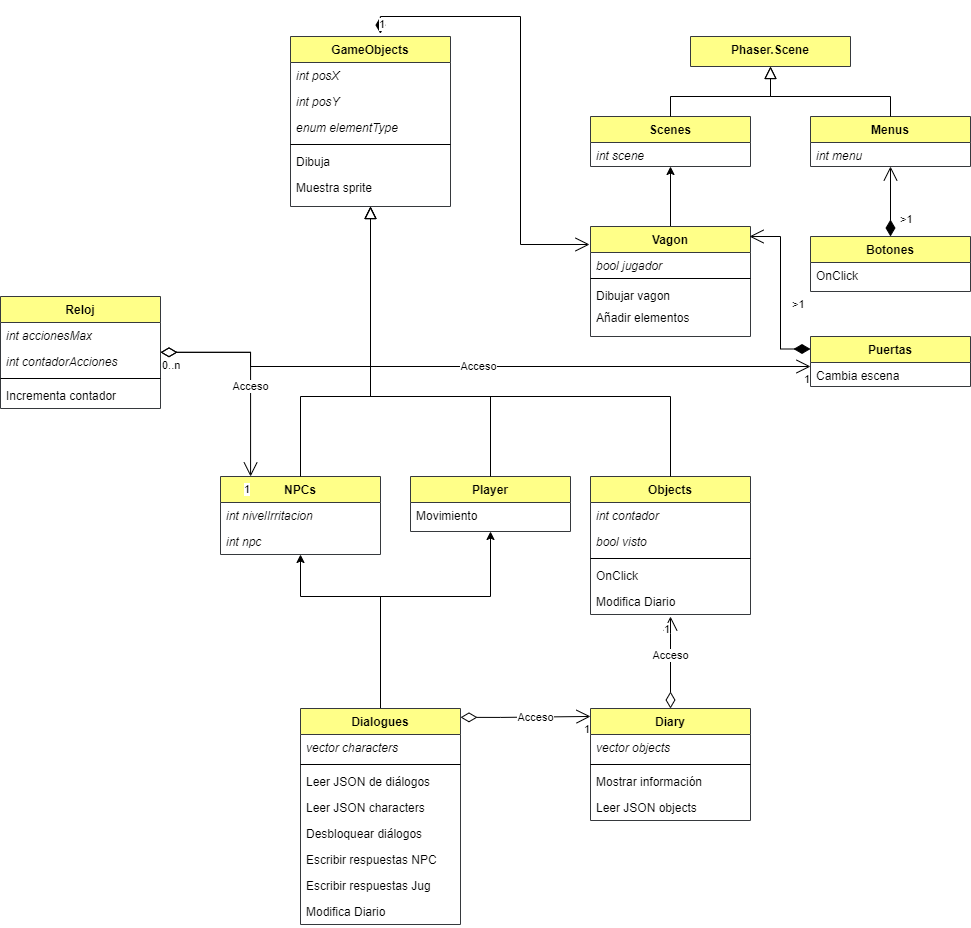
This is imagenes/UML.drawio.png from EvSanz/Proyecto-PVLI, a draw.io export, as it was before one commit. Source tidied: cells renumbered, new cells last; positions are measured from the earlier drawing's top-left corner, leaving out a move shared by most shapes.
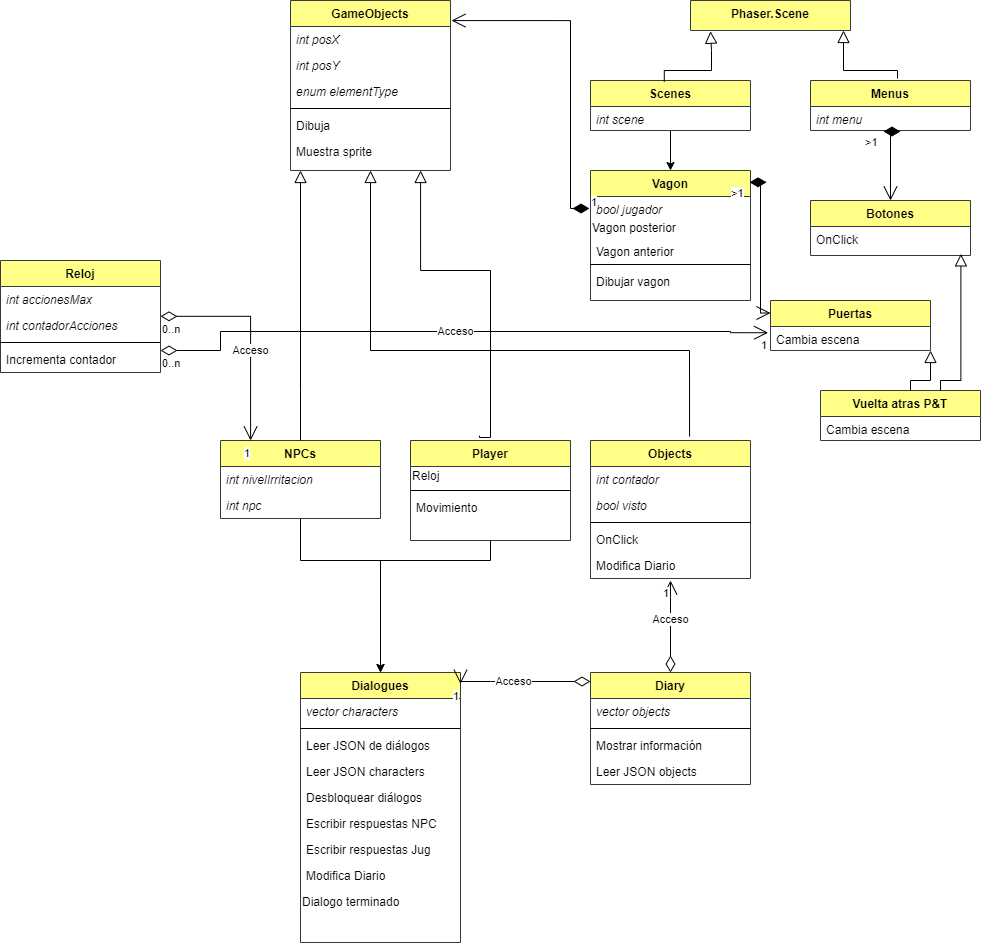
After the change.

Commit message:
UML actualizada

Diff of the diagram source:
```diff
@@ -57,38 +57,43 @@
       <mxGeometry y="86" width="160" height="26" as="geometry" />
     </mxCell>
     <mxCell id="20" value="Player" style="swimlane;fontStyle=1;align=center;verticalAlign=top;horizontal=1;startSize=26;rounded=0;shadow=0;strokeWidth=1;fillColor=#ffff88;strokeColor=#36393d;" parent="1" vertex="1">
-      <mxGeometry x="410" y="460" width="160" height="55" as="geometry" />
+      <mxGeometry x="410" y="460" width="160" height="100" as="geometry" />
     </mxCell>
+    <mxCell id="74" value="Reloj" style="text;html=1;align=left;verticalAlign=middle;strokeColor=none;fillColor=none;" parent="20" vertex="1">
+      <mxGeometry y="26" width="160" height="20" as="geometry" />
+    </mxCell>
+    <mxCell id="75" style="line;html=1;strokeWidth=1;align=left;verticalAlign=middle;spacingTop=-1;spacingLeft=3;spacingRight=3;labelPosition=right;" parent="20" vertex="1">
+      <mxGeometry y="46" width="160" height="8" as="geometry" />
+    </mxCell>
     <mxCell id="21" value="Movimiento" style="text;align=left;verticalAlign=top;spacingLeft=4;spacingRight=4;overflow=hidden;" parent="20" vertex="1">
-      <mxGeometry y="26" width="160" height="22" as="geometry" />
+      <mxGeometry y="54" width="160" height="22" as="geometry" />
     </mxCell>
-    <mxCell id="22" style="endArrow=block;endSize=10;endFill=0;shadow=0;strokeWidth=1;rounded=0;edgeStyle=orthogonalEdgeStyle;elbow=vertical;" parent="1" edge="1" source="9">
+    <mxCell id="22" style="endArrow=block;endSize=10;endFill=0;shadow=0;strokeWidth=1;rounded=0;edgeStyle=orthogonalEdgeStyle;elbow=vertical;entryX=0.5;entryY=1;entryDx=0;entryDy=0;exitX=0.619;exitY=-0.029;exitDx=0;exitDy=0;exitPerimeter=0;" parent="1" edge="1" source="9" target="2">
       <mxGeometry relative="1" as="geometry">
-        <mxPoint x="370" y="190" as="targetPoint" />
         <Array as="points">
-          <mxPoint x="670" y="380" />
-          <mxPoint x="370" y="380" />
+          <mxPoint x="689" y="370" />
+          <mxPoint x="370" y="370" />
         </Array>
       </mxGeometry>
     </mxCell>
-    <mxCell id="23" style="edgeStyle=orthogonalEdgeStyle;rounded=0;jettySize=auto;html=1;exitX=0.5;exitY=0;exitDx=0;exitDy=0;entryX=0.5;entryY=1;entryDx=0;entryDy=0;" parent="1" edge="1" source="25" target="34">
+    <mxCell id="23" style="edgeStyle=orthogonalEdgeStyle;rounded=0;jettySize=auto;html=1;exitX=0.5;exitY=1;exitDx=0;exitDy=0;entryX=0.5;entryY=0;entryDx=0;entryDy=0;" parent="1" edge="1" source="34" target="25">
       <mxGeometry relative="1" as="geometry">
         <Array as="points">
+          <mxPoint x="300" y="580" />
           <mxPoint x="380" y="580" />
-          <mxPoint x="300" y="580" />
         </Array>
       </mxGeometry>
     </mxCell>
-    <mxCell id="24" style="edgeStyle=orthogonalEdgeStyle;rounded=0;jettySize=auto;html=1;exitX=0.5;exitY=0;exitDx=0;exitDy=0;entryX=0.5;entryY=1;entryDx=0;entryDy=0;" parent="1" edge="1" source="25" target="20">
+    <mxCell id="24" style="edgeStyle=orthogonalEdgeStyle;rounded=0;jettySize=auto;html=1;exitX=0.5;exitY=1;exitDx=0;exitDy=0;entryX=0.5;entryY=0;entryDx=0;entryDy=0;" parent="1" edge="1" source="20" target="25">
       <mxGeometry relative="1" as="geometry">
         <Array as="points">
+          <mxPoint x="490" y="580" />
           <mxPoint x="380" y="580" />
-          <mxPoint x="490" y="580" />
         </Array>
       </mxGeometry>
     </mxCell>
     <mxCell id="25" value="Dialogues" style="swimlane;fontStyle=1;align=center;verticalAlign=top;horizontal=1;startSize=26;rounded=0;shadow=0;strokeWidth=1;fillColor=#ffff88;strokeColor=#36393d;" parent="1" vertex="1">
-      <mxGeometry x="300" y="692" width="160" height="216" as="geometry" />
+      <mxGeometry x="300" y="692" width="160" height="270" as="geometry" />
     </mxCell>
     <mxCell id="26" value="vector characters" style="text;align=left;verticalAlign=top;spacingLeft=4;spacingRight=4;overflow=hidden;fontStyle=2;" parent="25" vertex="1">
       <mxGeometry y="26" width="160" height="26" as="geometry" />
@@ -112,8 +117,11 @@
       <mxGeometry y="164" width="160" height="26" as="geometry" />
     </mxCell>
     <mxCell id="33" value="Modifica Diario" style="text;align=left;verticalAlign=top;spacingLeft=4;spacingRight=4;overflow=hidden;" parent="25" vertex="1">
-      <mxGeometry y="190" width="160" height="26" as="geometry" />
+      <mxGeometry y="190" width="160" height="30" as="geometry" />
     </mxCell>
+    <mxCell id="76" value="Dialogo terminado" style="text;html=1;align=left;verticalAlign=middle;strokeColor=none;fillColor=none;" parent="25" vertex="1">
+      <mxGeometry y="220" width="160" height="20" as="geometry" />
+    </mxCell>
     <mxCell id="34" value="NPCs" style="swimlane;fontStyle=1;align=center;verticalAlign=top;horizontal=1;startSize=26;rounded=0;shadow=0;strokeWidth=1;fillColor=#ffff88;strokeColor=#36393d;" parent="1" vertex="1">
       <mxGeometry x="220" y="460" width="160" height="78" as="geometry" />
     </mxCell>
@@ -138,57 +146,61 @@
     <mxCell id="41" value="int menu" style="text;align=left;verticalAlign=top;spacingLeft=4;spacingRight=4;overflow=hidden;points=[[0,0.5],[1,0.5]];portConstraint=eastwest;fontStyle=2;" parent="40" vertex="1">
       <mxGeometry y="26" width="160" height="22" as="geometry" />
     </mxCell>
-    <mxCell id="42" style="endArrow=block;endSize=10;endFill=0;shadow=0;strokeWidth=1;rounded=0;edgeStyle=orthogonalEdgeStyle;elbow=vertical;exitX=0.5;exitY=0;exitDx=0;exitDy=0;" parent="1" edge="1" source="40">
+    <mxCell id="42" style="endArrow=block;endSize=10;endFill=0;shadow=0;strokeWidth=1;rounded=0;edgeStyle=orthogonalEdgeStyle;elbow=vertical;exitX=0.544;exitY=-0.04;exitDx=0;exitDy=0;exitPerimeter=0;" parent="1" edge="1" source="40" target="37">
       <mxGeometry relative="1" as="geometry">
-        <mxPoint x="770" y="50" as="targetPoint" />
         <Array as="points">
-          <mxPoint x="890" y="80" />
-          <mxPoint x="770" y="80" />
+          <mxPoint x="897" y="90" />
+          <mxPoint x="843" y="90" />
         </Array>
       </mxGeometry>
     </mxCell>
-    <mxCell id="43" style="endArrow=block;endSize=10;endFill=0;shadow=0;strokeWidth=1;rounded=0;edgeStyle=orthogonalEdgeStyle;elbow=vertical;exitX=0.5;exitY=0;exitDx=0;exitDy=0;" parent="1" edge="1" source="38">
+    <mxCell id="43" style="endArrow=block;endSize=10;endFill=0;shadow=0;strokeWidth=1;rounded=0;edgeStyle=orthogonalEdgeStyle;elbow=vertical;entryX=0.131;entryY=1.022;entryDx=0;entryDy=0;entryPerimeter=0;exitX=0.461;exitY=0.023;exitDx=0;exitDy=0;exitPerimeter=0;" parent="1" edge="1" source="38" target="37">
       <mxGeometry relative="1" as="geometry">
-        <mxPoint x="770" y="50" as="targetPoint" />
         <Array as="points">
-          <mxPoint x="670" y="80" />
-          <mxPoint x="770" y="80" />
+          <mxPoint x="664" y="90" />
+          <mxPoint x="711" y="90" />
+          <mxPoint x="711" y="70" />
+          <mxPoint x="710" y="70" />
+          <mxPoint x="710" y="51" />
         </Array>
       </mxGeometry>
     </mxCell>
-    <mxCell id="44" style="edgeStyle=orthogonalEdgeStyle;rounded=0;jettySize=auto;html=1;exitX=0.5;exitY=0;exitDx=0;exitDy=0;entryX=0.5;entryY=1;entryDx=0;entryDy=0;" parent="1" edge="1" source="45" target="38">
+    <mxCell id="44" style="edgeStyle=orthogonalEdgeStyle;rounded=0;jettySize=auto;html=1;exitX=0.5;exitY=1;exitDx=0;exitDy=0;entryX=0.5;entryY=0;entryDx=0;entryDy=0;" parent="1" edge="1" source="38" target="45">
       <mxGeometry relative="1" as="geometry" />
     </mxCell>
     <mxCell id="45" value="Vagon" style="swimlane;fontStyle=1;align=center;verticalAlign=top;horizontal=1;startSize=26;rounded=0;shadow=0;strokeWidth=1;fillColor=#ffff88;strokeColor=#36393d;" parent="1" vertex="1">
-      <mxGeometry x="590" y="210" width="160" height="110" as="geometry" />
+      <mxGeometry x="590" y="190" width="160" height="130" as="geometry" />
     </mxCell>
     <mxCell id="46" value="bool jugador" style="text;align=left;verticalAlign=top;spacingLeft=4;spacingRight=4;overflow=hidden;fontStyle=2;" parent="45" vertex="1">
       <mxGeometry y="26" width="160" height="22" as="geometry" />
     </mxCell>
+    <mxCell id="77" value="Vagon posterior" style="text;html=1;align=left;verticalAlign=middle;strokeColor=none;fillColor=none;" parent="45" vertex="1">
+      <mxGeometry y="48" width="160" height="20" as="geometry" />
+    </mxCell>
+    <mxCell id="49" value="Vagon anterior&#10;" style="text;align=left;verticalAlign=top;spacingLeft=4;spacingRight=4;overflow=hidden;fontStyle=0;" parent="45" vertex="1">
+      <mxGeometry y="68" width="160" height="22" as="geometry" />
+    </mxCell>
     <mxCell id="47" style="line;html=1;strokeWidth=1;align=left;verticalAlign=middle;spacingTop=-1;spacingLeft=3;spacingRight=3;labelPosition=right;" parent="45" vertex="1">
-      <mxGeometry y="48" width="160" height="8" as="geometry" />
+      <mxGeometry y="90" width="160" height="8" as="geometry" />
     </mxCell>
     <mxCell id="48" value="Dibujar vagon" style="text;align=left;verticalAlign=top;spacingLeft=4;spacingRight=4;overflow=hidden;fontStyle=0;" parent="45" vertex="1">
-      <mxGeometry y="56" width="160" height="22" as="geometry" />
+      <mxGeometry y="98" width="160" height="22" as="geometry" />
     </mxCell>
-    <mxCell id="49" value="Añadir elementos" style="text;align=left;verticalAlign=top;spacingLeft=4;spacingRight=4;overflow=hidden;fontStyle=0;" parent="45" vertex="1">
-      <mxGeometry y="78" width="160" height="22" as="geometry" />
-    </mxCell>
-    <mxCell id="50" style="endArrow=block;endSize=10;endFill=0;shadow=0;strokeWidth=1;rounded=0;edgeStyle=orthogonalEdgeStyle;elbow=vertical;" parent="1" edge="1" source="34">
+    <mxCell id="50" style="endArrow=block;endSize=10;endFill=0;shadow=0;strokeWidth=1;rounded=0;edgeStyle=orthogonalEdgeStyle;elbow=vertical;exitX=0.5;exitY=0;exitDx=0;exitDy=0;" parent="1" edge="1" source="34">
       <mxGeometry relative="1" as="geometry">
-        <mxPoint x="370" y="190" as="targetPoint" />
+        <mxPoint x="300" y="190" as="targetPoint" />
         <Array as="points">
-          <mxPoint x="300" y="380" />
-          <mxPoint x="370" y="380" />
+          <mxPoint x="300" y="410" />
+          <mxPoint x="300" y="410" />
         </Array>
       </mxGeometry>
     </mxCell>
-    <mxCell id="51" style="endArrow=block;endSize=10;endFill=0;shadow=0;strokeWidth=1;rounded=0;edgeStyle=orthogonalEdgeStyle;elbow=vertical;entryX=0.5;entryY=1;entryDx=0;entryDy=0;" parent="1" edge="1" target="2">
+    <mxCell id="51" style="endArrow=block;endSize=10;endFill=0;shadow=0;strokeWidth=1;rounded=0;edgeStyle=orthogonalEdgeStyle;elbow=vertical;exitX=0.431;exitY=-0.048;exitDx=0;exitDy=0;exitPerimeter=0;entryX=0.813;entryY=1.231;entryDx=0;entryDy=0;entryPerimeter=0;" parent="1" edge="1" source="20" target="8">
       <mxGeometry relative="1" as="geometry">
-        <mxPoint x="490" y="460" as="sourcePoint" />
         <Array as="points">
-          <mxPoint x="490" y="380" />
-          <mxPoint x="370" y="380" />
+          <mxPoint x="490" y="457" />
+          <mxPoint x="490" y="290" />
+          <mxPoint x="420" y="290" />
         </Array>
       </mxGeometry>
     </mxCell>
@@ -198,18 +210,12 @@
     <mxCell id="53" value="OnClick" style="text;align=left;verticalAlign=top;spacingLeft=4;spacingRight=4;overflow=hidden;points=[[0,0.5],[1,0.5]];portConstraint=eastwest;" parent="52" vertex="1">
       <mxGeometry y="26" width="160" height="26" as="geometry" />
     </mxCell>
-    <mxCell id="54" value="&amp;gt;1" style="endArrow=open;html=1;endSize=12;startArrow=diamondThin;startSize=14;startFill=1;edgeStyle=orthogonalEdgeStyle;align=left;verticalAlign=bottom;rounded=0;entryX=0.5;entryY=1;entryDx=0;entryDy=0;" parent="1" edge="1" source="52" target="40">
-      <mxGeometry x="-1" y="-28" relative="1" as="geometry">
-        <mxPoint x="-20" y="-8" as="offset" />
-      </mxGeometry>
-    </mxCell>
-    <mxCell id="55" value="1" style="endArrow=open;html=1;endSize=12;startArrow=diamondThin;startSize=14;startFill=1;edgeStyle=orthogonalEdgeStyle;align=left;verticalAlign=bottom;rounded=0;entryX=-0.006;entryY=0.167;entryDx=0;entryDy=0;entryPerimeter=0;exitX=0.562;exitY=-0.017;exitDx=0;exitDy=0;exitPerimeter=0;" parent="1" edge="1" source="2" target="45">
+    <mxCell id="55" value="1" style="endArrow=open;html=1;endSize=12;startArrow=diamondThin;startSize=14;startFill=1;edgeStyle=orthogonalEdgeStyle;align=left;verticalAlign=bottom;rounded=0;entryX=1.006;entryY=0.118;entryDx=0;entryDy=0;entryPerimeter=0;" parent="1" edge="1" target="2">
       <mxGeometry x="-1" y="3" relative="1" as="geometry">
+        <mxPoint x="589" y="228" as="sourcePoint" />
         <Array as="points">
-          <mxPoint x="380" />
-          <mxPoint x="520" />
-          <mxPoint x="520" y="228" />
-          <mxPoint x="589" y="228" />
+          <mxPoint x="570" y="228" />
+          <mxPoint x="570" y="40" />
         </Array>
       </mxGeometry>
     </mxCell>
@@ -243,19 +249,18 @@
       <mxGeometry x="1" relative="1" as="geometry" />
     </mxCell>
     <mxCell id="64" value="Puertas" style="swimlane;fontStyle=1;align=center;verticalAlign=top;horizontal=1;startSize=26;rounded=0;shadow=0;strokeWidth=1;fillColor=#ffff88;strokeColor=#36393d;" parent="1" vertex="1">
-      <mxGeometry x="810" y="320" width="160" height="50" as="geometry" />
+      <mxGeometry x="770" y="320" width="160" height="50" as="geometry" />
     </mxCell>
     <mxCell id="65" value="Cambia escena" style="text;align=left;verticalAlign=top;spacingLeft=4;spacingRight=4;overflow=hidden;points=[[0,0.5],[1,0.5]];portConstraint=eastwest;fontStyle=0;" parent="64" vertex="1">
       <mxGeometry y="26" width="160" height="22" as="geometry" />
     </mxCell>
-    <mxCell id="66" value="Acceso" style="endArrow=open;html=1;endSize=12;startArrow=diamondThin;startSize=14;startFill=0;edgeStyle=orthogonalEdgeStyle;rounded=0;" parent="1" edge="1">
+    <mxCell id="66" value="Acceso" style="endArrow=open;html=1;endSize=12;startArrow=diamondThin;startSize=14;startFill=0;edgeStyle=orthogonalEdgeStyle;rounded=0;entryX=-0.015;entryY=0.284;entryDx=0;entryDy=0;entryPerimeter=0;exitX=1;exitY=0.154;exitDx=0;exitDy=0;exitPerimeter=0;" parent="1" edge="1" source="60" target="65">
       <mxGeometry relative="1" as="geometry">
-        <mxPoint x="160" y="335.8" as="sourcePoint" />
-        <mxPoint x="810" y="350" as="targetPoint" />
         <Array as="points">
-          <mxPoint x="250" y="336" />
-          <mxPoint x="250" y="350" />
-          <mxPoint x="810" y="350" />
+          <mxPoint x="220" y="370" />
+          <mxPoint x="220" y="351" />
+          <mxPoint x="730" y="351" />
+          <mxPoint x="730" y="352" />
         </Array>
       </mxGeometry>
     </mxCell>
@@ -265,7 +270,7 @@
     <mxCell id="68" value="1" style="edgeLabel;html=1;align=right;verticalAlign=top;" parent="66" vertex="1">
       <mxGeometry x="1" relative="1" as="geometry" />
     </mxCell>
-    <mxCell id="69" value="&amp;gt;1" style="endArrow=open;html=1;endSize=12;startArrow=diamondThin;startSize=14;startFill=1;edgeStyle=orthogonalEdgeStyle;align=left;verticalAlign=bottom;rounded=0;entryX=0.994;entryY=0.091;entryDx=0;entryDy=0;exitX=0;exitY=0.25;exitDx=0;exitDy=0;entryPerimeter=0;" parent="1" edge="1" source="64" target="45">
+    <mxCell id="69" value="&amp;gt;1" style="endArrow=open;html=1;endSize=12;startArrow=diamondThin;startSize=14;startFill=1;edgeStyle=orthogonalEdgeStyle;align=left;verticalAlign=bottom;rounded=0;entryX=0;entryY=0.25;entryDx=0;entryDy=0;exitX=0.994;exitY=0.091;exitDx=0;exitDy=0;exitPerimeter=0;" parent="1" edge="1" source="45" target="64">
       <mxGeometry x="-1" y="-28" relative="1" as="geometry">
         <mxPoint x="-20" y="-8" as="offset" />
       </mxGeometry>
@@ -282,15 +287,46 @@
     <mxCell id="71" value="1" style="edgeLabel;html=1;align=right;verticalAlign=top;" parent="70" vertex="1">
       <mxGeometry x="1" relative="1" as="geometry" />
     </mxCell>
-    <mxCell id="72" value="Acceso" style="endArrow=open;html=1;endSize=12;startArrow=diamondThin;startSize=14;startFill=0;edgeStyle=orthogonalEdgeStyle;rounded=0;exitX=1;exitY=0.041;exitDx=0;exitDy=0;entryX=0;entryY=0.071;entryDx=0;entryDy=0;entryPerimeter=0;exitPerimeter=0;" parent="1" edge="1" source="25" target="15">
+    <mxCell id="72" value="Acceso" style="endArrow=open;html=1;endSize=12;startArrow=diamondThin;startSize=14;startFill=0;edgeStyle=orthogonalEdgeStyle;rounded=0;entryX=1;entryY=0.042;entryDx=0;entryDy=0;entryPerimeter=0;" parent="1" edge="1" source="15" target="25">
       <mxGeometry x="0.16" relative="1" as="geometry">
         <Array as="points">
-          <mxPoint x="500" y="701" />
+          <mxPoint x="490" y="701" />
+          <mxPoint x="490" y="701" />
         </Array>
       </mxGeometry>
     </mxCell>
     <mxCell id="73" value="1" style="edgeLabel;html=1;align=right;verticalAlign=top;" parent="72" vertex="1">
       <mxGeometry x="1" relative="1" as="geometry" />
     </mxCell>
+    <mxCell id="54" value="&amp;gt;1" style="endArrow=open;html=1;endSize=12;startArrow=diamondThin;startSize=14;startFill=1;edgeStyle=orthogonalEdgeStyle;align=left;verticalAlign=bottom;rounded=0;entryX=0.5;entryY=0;entryDx=0;entryDy=0;exitX=0.456;exitY=1.136;exitDx=0;exitDy=0;exitPerimeter=0;" parent="1" edge="1" source="41" target="52">
+      <mxGeometry x="-1" y="-28" relative="1" as="geometry">
+        <Array as="points">
+          <mxPoint x="890" y="151" />
+        </Array>
+        <mxPoint x="-20" y="-8" as="offset" />
+      </mxGeometry>
+    </mxCell>
+    <mxCell id="78" value="Vuelta atras P&amp;T" style="swimlane;fontStyle=1;align=center;verticalAlign=top;horizontal=1;startSize=26;rounded=0;shadow=0;strokeWidth=1;fillColor=#ffff88;strokeColor=#36393d;" parent="1" vertex="1">
+      <mxGeometry x="820" y="410" width="160" height="50" as="geometry" />
+    </mxCell>
+    <mxCell id="79" value="Cambia escena" style="text;align=left;verticalAlign=top;spacingLeft=4;spacingRight=4;overflow=hidden;fontStyle=0;" parent="78" vertex="1">
+      <mxGeometry y="26" width="160" height="22" as="geometry" />
+    </mxCell>
+    <mxCell id="80" style="endArrow=block;endSize=10;endFill=0;shadow=0;strokeWidth=1;rounded=0;edgeStyle=orthogonalEdgeStyle;elbow=vertical;entryX=1;entryY=1;entryDx=0;entryDy=0;" parent="1" edge="1" source="78" target="64">
+      <mxGeometry relative="1" as="geometry">
+        <Array as="points">
+          <mxPoint x="910" y="400" />
+          <mxPoint x="930" y="400" />
+        </Array>
+      </mxGeometry>
+    </mxCell>
+    <mxCell id="81" style="endArrow=block;endSize=10;endFill=0;shadow=0;strokeWidth=1;rounded=0;edgeStyle=orthogonalEdgeStyle;elbow=vertical;exitX=0.75;exitY=0;exitDx=0;exitDy=0;entryX=0.94;entryY=1.053;entryDx=0;entryDy=0;entryPerimeter=0;" parent="1" edge="1" source="78" target="53">
+      <mxGeometry relative="1" as="geometry">
+        <Array as="points">
+          <mxPoint x="940" y="400" />
+          <mxPoint x="960" y="400" />
+        </Array>
+      </mxGeometry>
+    </mxCell>
   </root>
 </mxGraphModel>
```
